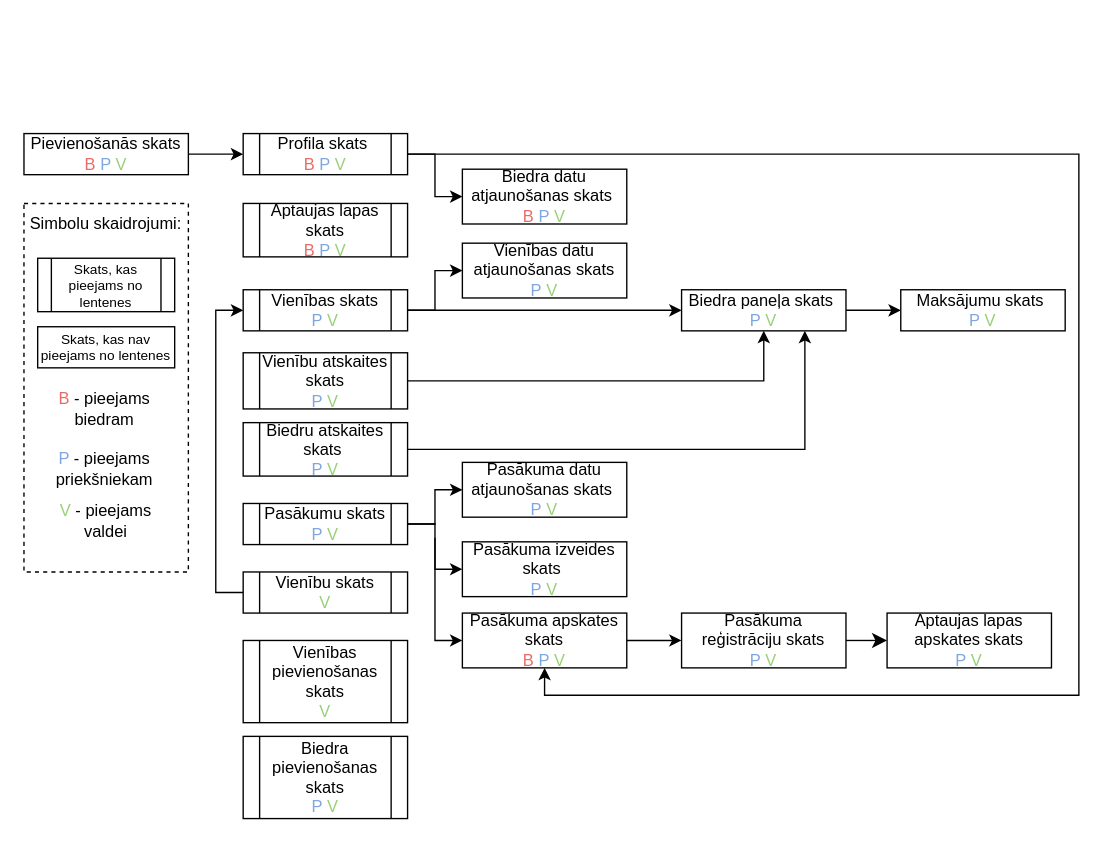
Earlier version of the draw.io diagram page "Page-11" (11 of 11) of Documentation/DiagramData/LSGCO_IS_DIAGRAMS.drawio (JekabsVanags/LSGCO_IS). Source tidied: cells renumbered, new cells numbered last; positions are measured from the earlier drawing's top-left corner, leaving out a move shared by most shapes. Both pictures are drawn from the tidied source at 137%, with x=0, y=0 at pixel (23, 133).
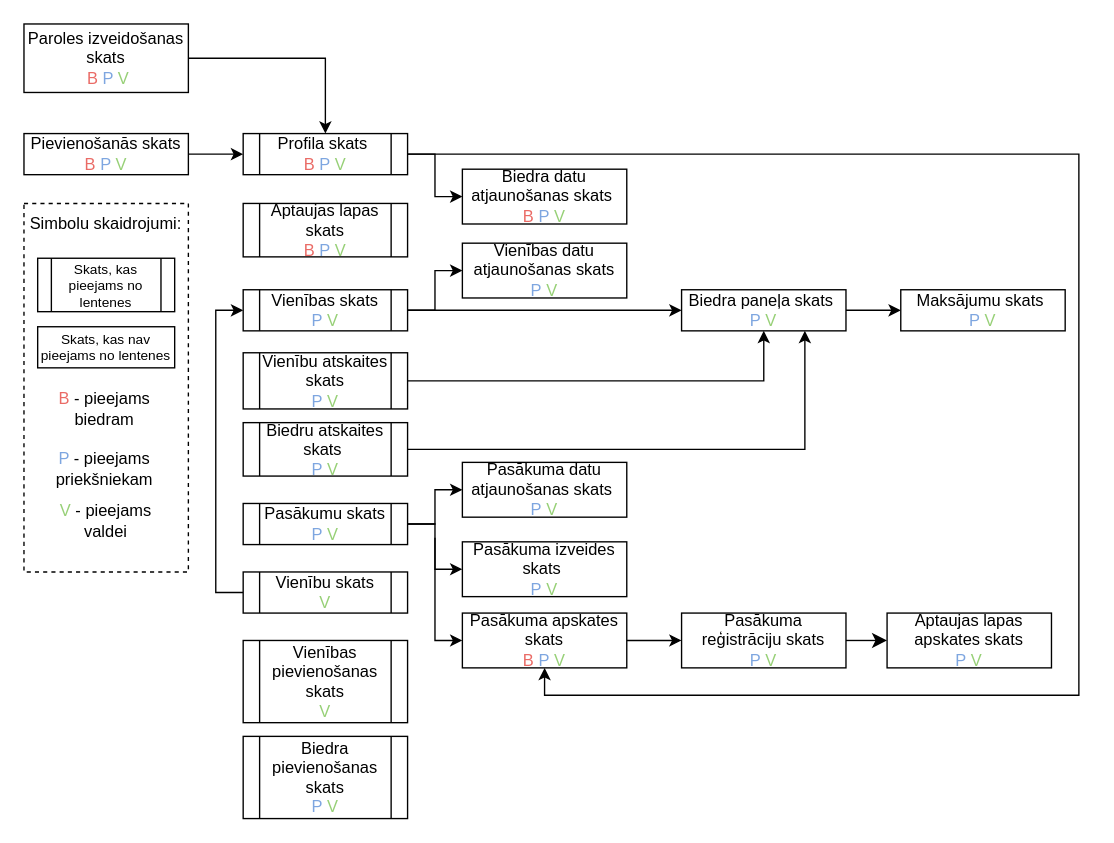
Above is the later version.

The change refers to these unchanged cells:
```xml
<mxCell id="6" value="Profila skats&amp;nbsp;&lt;br&gt;&lt;font style=&quot;border-color: var(--border-color);&quot; color=&quot;#ea6b66&quot;&gt;B&lt;/font&gt;&amp;nbsp;&lt;font style=&quot;border-color: var(--border-color);&quot; color=&quot;#7ea6e0&quot;&gt;P&amp;nbsp;&lt;/font&gt;&lt;font style=&quot;border-color: var(--border-color);&quot; color=&quot;#97d077&quot;&gt;V&lt;/font&gt;" style="shape=process;whiteSpace=wrap;html=1;backgroundOutline=1;gradientDirection=north;shadow=0;glass=0;" parent="1" vertex="1">
  <mxGeometry x="160" width="120" height="30" as="geometry" />
</mxCell>
```

Diff of the diagram source:
```diff
@@
+    <mxCell id="42" style="edgeStyle=orthogonalEdgeStyle;rounded=0;jettySize=auto;html=1;exitX=1;exitY=0.5;exitDx=0;exitDy=0;entryX=0.5;entryY=0;entryDx=0;entryDy=0;" parent="1" edge="1" source="43" target="6">
+      <mxGeometry relative="1" as="geometry" />
+    </mxCell>
+    <mxCell id="43" value="Paroles izveidošanas skats&lt;br&gt;&amp;nbsp;&lt;font color=&quot;#ea6b66&quot;&gt;B&lt;/font&gt; &lt;font color=&quot;#7ea6e0&quot;&gt;P &lt;/font&gt;&lt;font color=&quot;#97d077&quot;&gt;V&lt;/font&gt;&lt;span id=&quot;docs-internal-guid-1fead270-7fff-1928-8d13-1eaac9e8ea73&quot;&gt;&lt;/span&gt;" style="rounded=0;whiteSpace=wrap;html=1;" parent="1" vertex="1">
+      <mxGeometry y="-80" width="120" height="50" as="geometry" />
+    </mxCell>
```
